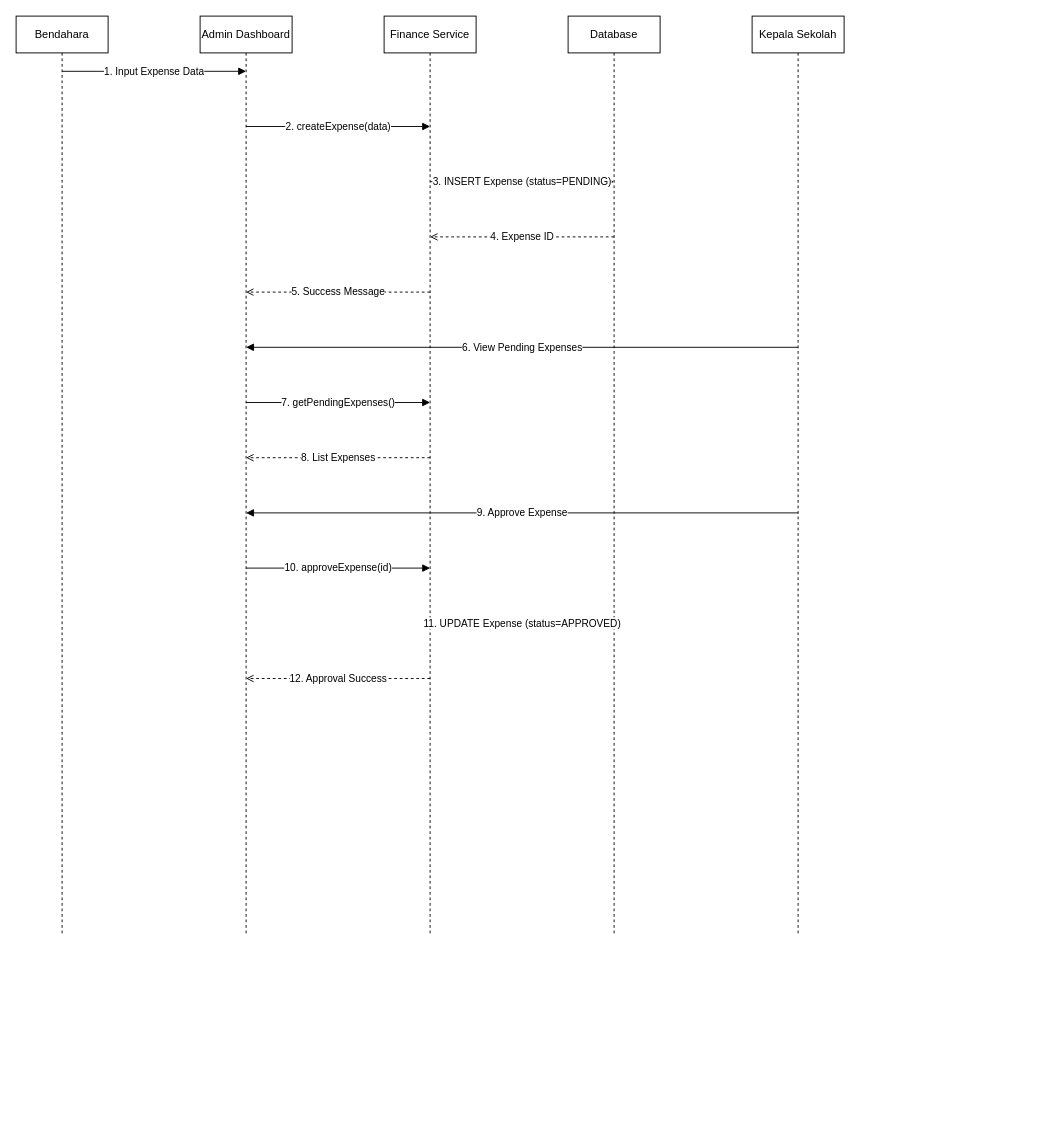
This is docs/sequence_feature_expense.drawio from muhammaddzaki123/adminkassmpit, a draw.io file, before an edit. Source tidied: cells renumbered, new cells numbered last; positions are measured from the earlier drawing's top-left corner, leaving out a move shared by most shapes. Both pictures are drawn from the tidied source at 92%, with x=0, y=0 at pixel (16, 16).
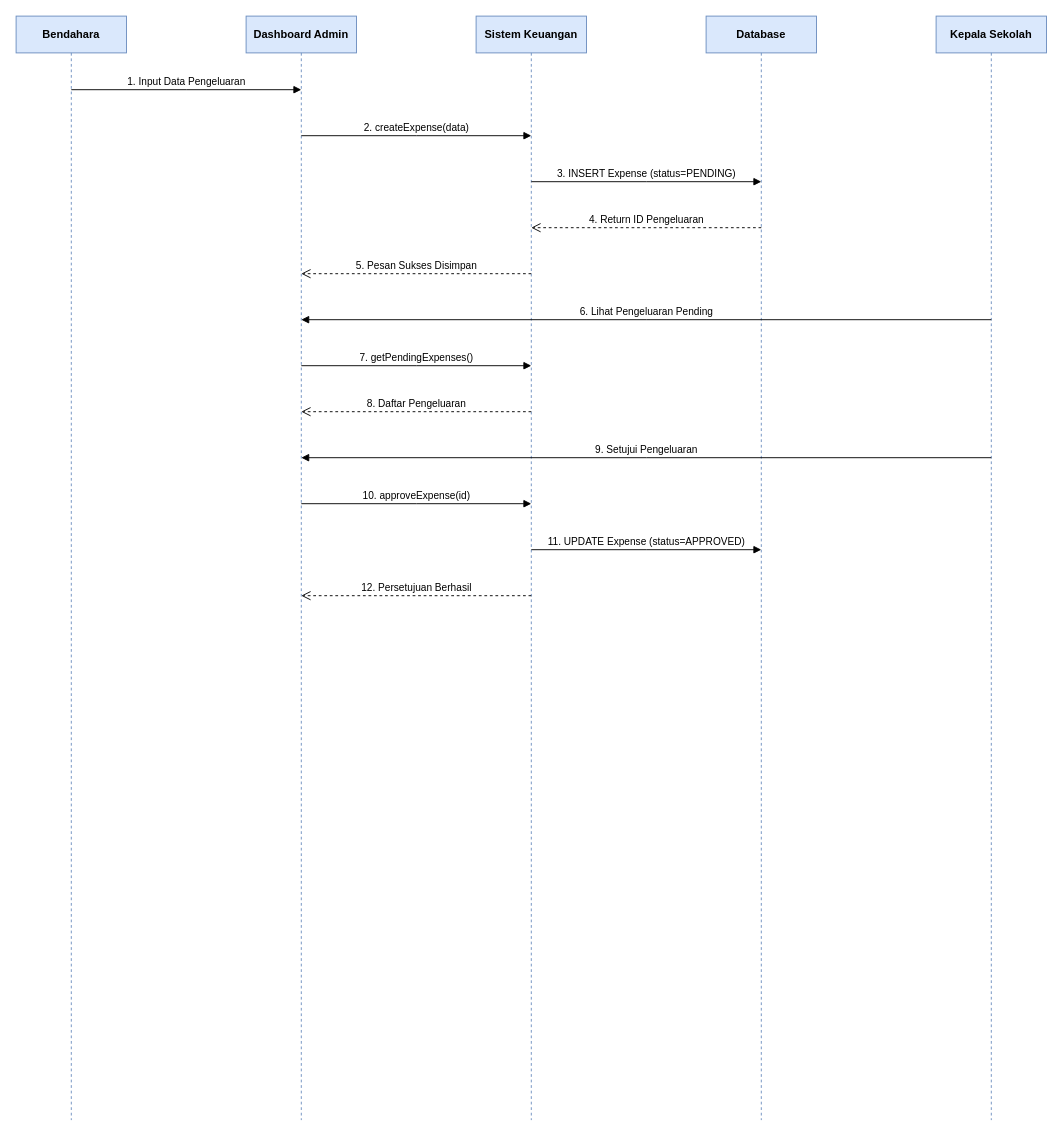
The same diagram, later.

Commit message (it also covers changes not shown here):
Add polished Indonesian sequence diagrams for PPDB, SPP, Expense, and Academic features

Diff of the diagram source:
```diff
@@
-    <mxCell id="2" value="Bendahara" style="shape=umlLifeline;perimeter=lifelinePerimeter;whiteSpace=wrap;html=1;" parent="1" vertex="1">
-      <mxGeometry width="100" height="1000" as="geometry" />
+    <mxCell id="2" value="Bendahara" style="shape=umlLifeline;perimeter=lifelinePerimeter;whiteSpace=wrap;html=1;fillColor=#dae8fc;strokeColor=#6c8ebf;fontStyle=1;fontSize=12;" parent="1" vertex="1">
+      <mxGeometry width="120" height="1200" as="geometry" />
     </mxCell>
-    <mxCell id="3" value="Admin Dashboard" style="shape=umlLifeline;perimeter=lifelinePerimeter;whiteSpace=wrap;html=1;" parent="1" vertex="1">
-      <mxGeometry x="200" width="100" height="1000" as="geometry" />
-    </mxCell>
-    <mxCell id="4" value="Finance Service" style="shape=umlLifeline;perimeter=lifelinePerimeter;whiteSpace=wrap;html=1;" parent="1" vertex="1">
-      <mxGeometry x="400" width="100" height="1000" as="geometry" />
-    </mxCell>
+    <mxCell id="19" value="Dashboard Admin" style="shape=umlLifeline;perimeter=lifelinePerimeter;whiteSpace=wrap;html=1;fillColor=#dae8fc;strokeColor=#6c8ebf;fontStyle=1;fontSize=12;" parent="1" vertex="1">
+      <mxGeometry x="250" width="120" height="1200" as="geometry" />
+    </mxCell>
+    <mxCell id="20" value="Sistem Keuangan" style="shape=umlLifeline;perimeter=lifelinePerimeter;whiteSpace=wrap;html=1;fillColor=#dae8fc;strokeColor=#6c8ebf;fontStyle=1;fontSize=12;" parent="1" vertex="1">
+      <mxGeometry x="500" width="120" height="1200" as="geometry" />
+    </mxCell>
-    <mxCell id="5" value="Database" style="shape=umlLifeline;perimeter=lifelinePerimeter;whiteSpace=wrap;html=1;" parent="1" vertex="1">
-      <mxGeometry x="600" width="100" height="1000" as="geometry" />
+    <mxCell id="5" value="Database" style="shape=umlLifeline;perimeter=lifelinePerimeter;whiteSpace=wrap;html=1;fillColor=#dae8fc;strokeColor=#6c8ebf;fontStyle=1;fontSize=12;" parent="1" vertex="1">
+      <mxGeometry x="750" width="120" height="1200" as="geometry" />
     </mxCell>
-    <mxCell id="6" value="Kepala Sekolah" style="shape=umlLifeline;perimeter=lifelinePerimeter;whiteSpace=wrap;html=1;" parent="1" vertex="1">
-      <mxGeometry x="800" width="100" height="1000" as="geometry" />
+    <mxCell id="6" value="Kepala Sekolah" style="shape=umlLifeline;perimeter=lifelinePerimeter;whiteSpace=wrap;html=1;fillColor=#dae8fc;strokeColor=#6c8ebf;fontStyle=1;fontSize=12;" parent="1" vertex="1">
+      <mxGeometry x="1000" width="120" height="1200" as="geometry" />
     </mxCell>
-    <mxCell id="7" value="1. Input Expense Data" style="endArrow=block;html=1;endFill=1;" parent="1" edge="1">
-      <mxGeometry relative="1" as="geometry">
-        <mxPoint x="50" y="60" as="sourcePoint" />
-        <mxPoint x="250" y="60" as="targetPoint" />
-      </mxGeometry>
-    </mxCell>
+    <mxCell id="21" value="1. Input Data Pengeluaran" style="html=1;verticalAlign=bottom;endArrow=block;edgeStyle=elbowEdgeStyle;elbow=vertical;curved=0;rounded=0;labelBackgroundColor=#ffffff;fontSize=11;" parent="1" edge="1">
+      <mxGeometry relative="1" as="geometry">
+        <mxPoint x="60" y="80" as="sourcePoint" />
+        <mxPoint x="310" y="80" as="targetPoint" />
+      </mxGeometry>
+    </mxCell>
-    <mxCell id="8" value="2. createExpense(data)" style="endArrow=block;html=1;endFill=1;" parent="1" edge="1">
+    <mxCell id="8" value="2. createExpense(data)" style="html=1;verticalAlign=bottom;endArrow=block;edgeStyle=elbowEdgeStyle;elbow=vertical;curved=0;rounded=0;labelBackgroundColor=#ffffff;fontSize=11;" parent="1" edge="1">
       <mxGeometry relative="1" as="geometry">
-        <mxPoint x="250" y="120" as="sourcePoint" />
-        <mxPoint x="450" y="120" as="targetPoint" />
+        <mxPoint x="310" y="130" as="sourcePoint" />
+        <mxPoint x="560" y="130" as="targetPoint" />
       </mxGeometry>
     </mxCell>
-    <mxCell id="9" value="3. INSERT Expense (status=PENDING)" style="endArrow=block;html=1;endFill=1;" parent="1" edge="1">
+    <mxCell id="9" value="3. INSERT Expense (status=PENDING)" style="html=1;verticalAlign=bottom;endArrow=block;edgeStyle=elbowEdgeStyle;elbow=vertical;curved=0;rounded=0;labelBackgroundColor=#ffffff;fontSize=11;" parent="1" edge="1">
       <mxGeometry relative="1" as="geometry">
-        <mxPoint x="450" y="180" as="sourcePoint" />
-        <mxPoint x="650" y="180" as="targetPoint" />
+        <mxPoint x="560" y="180" as="sourcePoint" />
+        <mxPoint x="810" y="180" as="targetPoint" />
       </mxGeometry>
     </mxCell>
-    <mxCell id="10" value="4. Expense ID" style="endArrow=open;dashed=1;html=1;endFill=0;" parent="1" edge="1">
-      <mxGeometry relative="1" as="geometry">
-        <mxPoint x="650" y="240" as="sourcePoint" />
-        <mxPoint x="450" y="240" as="targetPoint" />
-      </mxGeometry>
-    </mxCell>
-    <mxCell id="11" value="5. Success Message" style="endArrow=open;dashed=1;html=1;endFill=0;" parent="1" edge="1">
-      <mxGeometry relative="1" as="geometry">
-        <mxPoint x="450" y="300" as="sourcePoint" />
-        <mxPoint x="250" y="300" as="targetPoint" />
-      </mxGeometry>
-    </mxCell>
-    <mxCell id="12" value="6. View Pending Expenses" style="endArrow=block;html=1;endFill=1;" parent="1" edge="1">
-      <mxGeometry relative="1" as="geometry">
-        <mxPoint x="850" y="360" as="sourcePoint" />
-        <mxPoint x="250" y="360" as="targetPoint" />
-      </mxGeometry>
-    </mxCell>
+    <mxCell id="22" value="4. Return ID Pengeluaran" style="html=1;verticalAlign=bottom;endArrow=open;dashed=1;endSize=8;edgeStyle=elbowEdgeStyle;elbow=vertical;curved=0;rounded=0;labelBackgroundColor=#ffffff;fontSize=11;" parent="1" edge="1">
+      <mxGeometry relative="1" as="geometry">
+        <mxPoint x="810" y="230" as="sourcePoint" />
+        <mxPoint x="560" y="230" as="targetPoint" />
+      </mxGeometry>
+    </mxCell>
+    <mxCell id="23" value="5. Pesan Sukses Disimpan" style="html=1;verticalAlign=bottom;endArrow=open;dashed=1;endSize=8;edgeStyle=elbowEdgeStyle;elbow=vertical;curved=0;rounded=0;labelBackgroundColor=#ffffff;fontSize=11;" parent="1" edge="1">
+      <mxGeometry relative="1" as="geometry">
+        <mxPoint x="560" y="280" as="sourcePoint" />
+        <mxPoint x="310" y="280" as="targetPoint" />
+      </mxGeometry>
+    </mxCell>
+    <mxCell id="24" value="6. Lihat Pengeluaran Pending" style="html=1;verticalAlign=bottom;endArrow=block;edgeStyle=elbowEdgeStyle;elbow=vertical;curved=0;rounded=0;labelBackgroundColor=#ffffff;fontSize=11;" parent="1" edge="1">
+      <mxGeometry relative="1" as="geometry">
+        <mxPoint x="1060" y="330" as="sourcePoint" />
+        <mxPoint x="310" y="330" as="targetPoint" />
+      </mxGeometry>
+    </mxCell>
-    <mxCell id="13" value="7. getPendingExpenses()" style="endArrow=block;html=1;endFill=1;" parent="1" edge="1">
+    <mxCell id="13" value="7. getPendingExpenses()" style="html=1;verticalAlign=bottom;endArrow=block;edgeStyle=elbowEdgeStyle;elbow=vertical;curved=0;rounded=0;labelBackgroundColor=#ffffff;fontSize=11;" parent="1" edge="1">
       <mxGeometry relative="1" as="geometry">
-        <mxPoint x="250" y="420" as="sourcePoint" />
-        <mxPoint x="450" y="420" as="targetPoint" />
+        <mxPoint x="310" y="380" as="sourcePoint" />
+        <mxPoint x="560" y="380" as="targetPoint" />
       </mxGeometry>
     </mxCell>
-    <mxCell id="14" value="8. List Expenses" style="endArrow=open;dashed=1;html=1;endFill=0;" parent="1" edge="1">
-      <mxGeometry relative="1" as="geometry">
-        <mxPoint x="450" y="480" as="sourcePoint" />
-        <mxPoint x="250" y="480" as="targetPoint" />
-      </mxGeometry>
-    </mxCell>
-    <mxCell id="15" value="9. Approve Expense" style="endArrow=block;html=1;endFill=1;" parent="1" edge="1">
-      <mxGeometry relative="1" as="geometry">
-        <mxPoint x="850" y="540" as="sourcePoint" />
-        <mxPoint x="250" y="540" as="targetPoint" />
-      </mxGeometry>
-    </mxCell>
+    <mxCell id="25" value="8. Daftar Pengeluaran" style="html=1;verticalAlign=bottom;endArrow=open;dashed=1;endSize=8;edgeStyle=elbowEdgeStyle;elbow=vertical;curved=0;rounded=0;labelBackgroundColor=#ffffff;fontSize=11;" parent="1" edge="1">
+      <mxGeometry relative="1" as="geometry">
+        <mxPoint x="560" y="430" as="sourcePoint" />
+        <mxPoint x="310" y="430" as="targetPoint" />
+      </mxGeometry>
+    </mxCell>
+    <mxCell id="26" value="9. Setujui Pengeluaran" style="html=1;verticalAlign=bottom;endArrow=block;edgeStyle=elbowEdgeStyle;elbow=vertical;curved=0;rounded=0;labelBackgroundColor=#ffffff;fontSize=11;" parent="1" edge="1">
+      <mxGeometry relative="1" as="geometry">
+        <mxPoint x="1060" y="480" as="sourcePoint" />
+        <mxPoint x="310" y="480" as="targetPoint" />
+      </mxGeometry>
+    </mxCell>
-    <mxCell id="16" value="10. approveExpense(id)" style="endArrow=block;html=1;endFill=1;" parent="1" edge="1">
+    <mxCell id="16" value="10. approveExpense(id)" style="html=1;verticalAlign=bottom;endArrow=block;edgeStyle=elbowEdgeStyle;elbow=vertical;curved=0;rounded=0;labelBackgroundColor=#ffffff;fontSize=11;" parent="1" edge="1">
       <mxGeometry relative="1" as="geometry">
-        <mxPoint x="250" y="600" as="sourcePoint" />
-        <mxPoint x="450" y="600" as="targetPoint" />
+        <mxPoint x="310" y="530" as="sourcePoint" />
+        <mxPoint x="560" y="530" as="targetPoint" />
       </mxGeometry>
     </mxCell>
-    <mxCell id="17" value="11. UPDATE Expense (status=APPROVED)" style="endArrow=block;html=1;endFill=1;" parent="1" edge="1">
+    <mxCell id="17" value="11. UPDATE Expense (status=APPROVED)" style="html=1;verticalAlign=bottom;endArrow=block;edgeStyle=elbowEdgeStyle;elbow=vertical;curved=0;rounded=0;labelBackgroundColor=#ffffff;fontSize=11;" parent="1" edge="1">
       <mxGeometry relative="1" as="geometry">
-        <mxPoint x="450" y="660" as="sourcePoint" />
-        <mxPoint x="650" y="660" as="targetPoint" />
+        <mxPoint x="560" y="580" as="sourcePoint" />
+        <mxPoint x="810" y="580" as="targetPoint" />
       </mxGeometry>
     </mxCell>
-    <mxCell id="18" value="12. Approval Success" style="endArrow=open;dashed=1;html=1;endFill=0;" parent="1" edge="1">
-      <mxGeometry relative="1" as="geometry">
-        <mxPoint x="450" y="720" as="sourcePoint" />
-        <mxPoint x="250" y="720" as="targetPoint" />
-      </mxGeometry>
-    </mxCell>
+    <mxCell id="27" value="12. Persetujuan Berhasil" style="html=1;verticalAlign=bottom;endArrow=open;dashed=1;endSize=8;edgeStyle=elbowEdgeStyle;elbow=vertical;curved=0;rounded=0;labelBackgroundColor=#ffffff;fontSize=11;" parent="1" edge="1">
+      <mxGeometry relative="1" as="geometry">
+        <mxPoint x="560" y="630" as="sourcePoint" />
+        <mxPoint x="310" y="630" as="targetPoint" />
+      </mxGeometry>
+    </mxCell>
```
